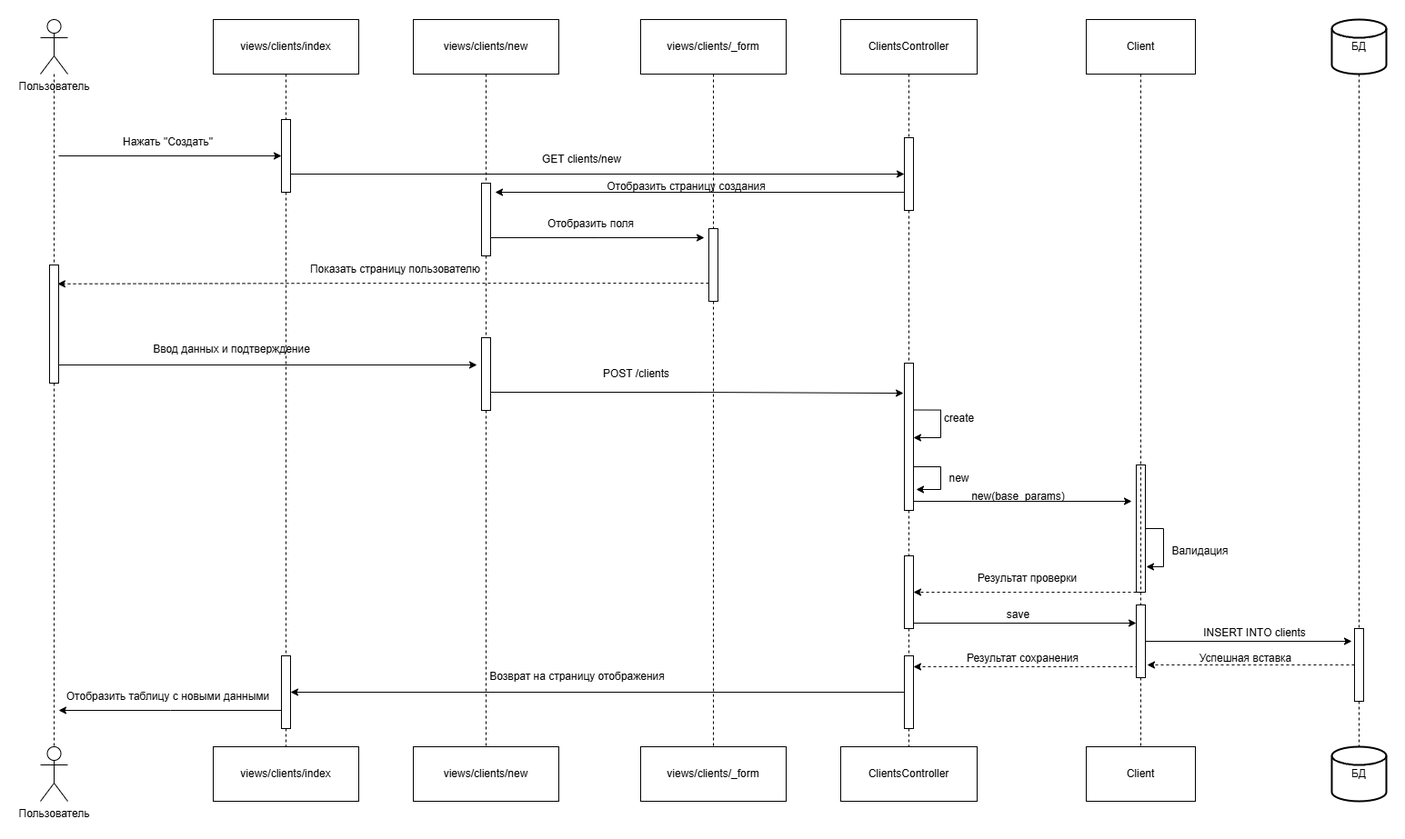
Earlier version of the draw.io export media/Sequence/Clients/ClientsCreate.drawio.png (avtss/Gym). Source tidied: cells renumbered, new cells last; positions are measured from the earlier drawing's top-left corner, leaving out a move shared by most shapes.
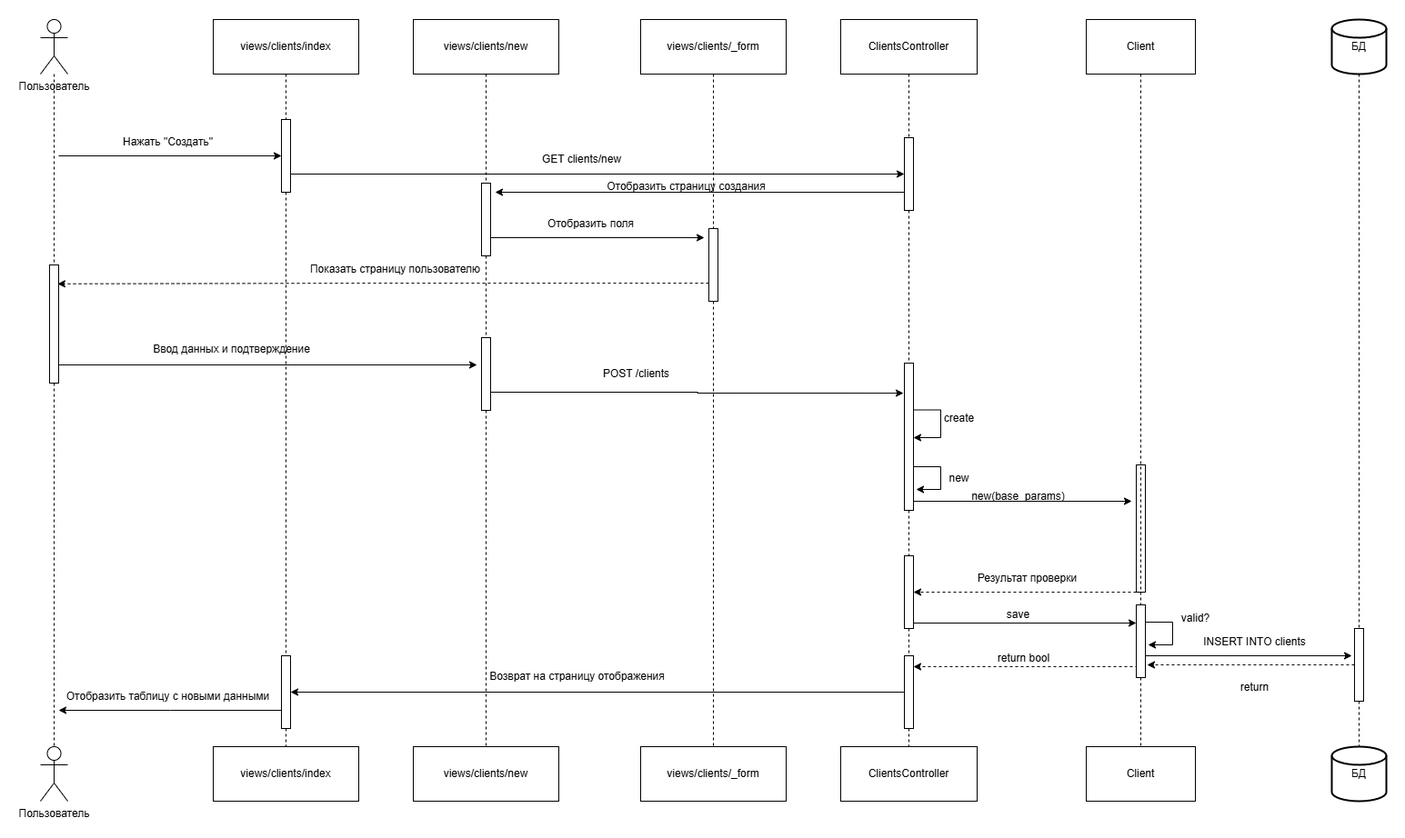
After the change.

Commit message:
upd diagram

Diff of the diagram source:
```diff
@@ -200,12 +200,6 @@
     <mxCell id="57" value="new(base_params)" style="text;html=1;align=center;verticalAlign=middle;strokeColor=none;fillColor=none;" parent="1" vertex="1">
       <mxGeometry x="1010" y="510" width="130" height="30" as="geometry" />
     </mxCell>
-    <mxCell id="58" value="Валидация" style="text;html=1;align=center;verticalAlign=middle;strokeColor=none;fillColor=none;" parent="1" vertex="1">
-      <mxGeometry x="1230" y="570" width="90" height="30" as="geometry" />
-    </mxCell>
-    <mxCell id="59" style="edgeStyle=orthogonalEdgeStyle;rounded=0;orthogonalLoop=1;jettySize=auto;html=1;exitX=1;exitY=0.5;exitDx=0;exitDy=0;entryX=1.1;entryY=0.8;entryDx=0;entryDy=0;entryPerimeter=0;" parent="1" edge="1" source="56" target="56">
-      <mxGeometry relative="1" as="geometry" />
-    </mxCell>
     <mxCell id="60" style="edgeStyle=orthogonalEdgeStyle;rounded=0;jettySize=auto;html=1;exitX=0.5;exitY=1;exitDx=0;exitDy=0;entryX=0.5;entryY=0;entryDx=0;entryDy=0;dashed=1;endArrow=none;startFill=0;" parent="1" edge="1" source="43" target="62">
       <mxGeometry relative="1" as="geometry" />
     </mxCell>
@@ -237,11 +231,14 @@
     <mxCell id="68" style="rounded=0;whiteSpace=wrap;html=1;" parent="1" vertex="1">
       <mxGeometry x="1445" y="670" width="10" height="80" as="geometry" />
     </mxCell>
-    <mxCell id="69" style="edgeStyle=orthogonalEdgeStyle;rounded=0;jettySize=auto;html=1;exitX=1;exitY=0.5;exitDx=0;exitDy=0;entryX=-0.3;entryY=0.175;entryDx=0;entryDy=0;entryPerimeter=0;" parent="1" edge="1" source="65" target="68">
-      <mxGeometry relative="1" as="geometry" />
+    <mxCell id="69" style="edgeStyle=orthogonalEdgeStyle;rounded=0;orthogonalLoop=1;jettySize=auto;html=1;exitX=1;exitY=0.5;exitDx=0;exitDy=0;entryX=-0.3;entryY=0.175;entryDx=0;entryDy=0;entryPerimeter=0;" parent="1" edge="1">
+      <mxGeometry relative="1" as="geometry">
+        <mxPoint x="1215" y="700" as="sourcePoint" />
+        <mxPoint x="1442" y="700" as="targetPoint" />
+      </mxGeometry>
     </mxCell>
     <mxCell id="70" value="INSERT INTO clients" style="text;html=1;align=center;verticalAlign=middle;strokeColor=none;fillColor=none;" parent="1" vertex="1">
-      <mxGeometry x="1240" y="660" width="190" height="30" as="geometry" />
+      <mxGeometry x="1240" y="670" width="190" height="30" as="geometry" />
     </mxCell>
     <mxCell id="71" style="edgeStyle=orthogonalEdgeStyle;rounded=0;jettySize=auto;html=1;exitX=1;exitY=0.75;exitDx=0;exitDy=0;entryX=-0.1;entryY=0.204;entryDx=0;entryDy=0;entryPerimeter=0;" parent="1" edge="1" source="38" target="43">
       <mxGeometry relative="1" as="geometry" />
@@ -251,8 +248,8 @@
         <mxPoint x="1217" y="710" as="targetPoint" />
       </mxGeometry>
     </mxCell>
-    <mxCell id="73" value="Успешная вставка" style="text;html=1;align=center;verticalAlign=middle;strokeColor=none;fillColor=none;" parent="1" vertex="1">
-      <mxGeometry x="1260" y="688" width="130" height="30" as="geometry" />
+    <mxCell id="73" value="return" style="text;html=1;align=center;verticalAlign=middle;strokeColor=none;fillColor=none;" parent="1" vertex="1">
+      <mxGeometry x="1310" y="720" width="50" height="30" as="geometry" />
     </mxCell>
     <mxCell id="74" style="edgeStyle=orthogonalEdgeStyle;rounded=0;jettySize=auto;html=1;exitX=0.5;exitY=1;exitDx=0;exitDy=0;entryX=0.5;entryY=0;entryDx=0;entryDy=0;dashed=1;endArrow=none;startFill=0;" parent="1" edge="1" source="62" target="76">
       <mxGeometry relative="1" as="geometry" />
@@ -271,8 +268,8 @@
         </Array>
       </mxGeometry>
     </mxCell>
-    <mxCell id="78" value="Результат сохранения" style="text;html=1;align=center;verticalAlign=middle;strokeColor=none;fillColor=none;" parent="1" vertex="1">
-      <mxGeometry x="1005.5" y="688" width="150" height="30" as="geometry" />
+    <mxCell id="78" value="return bool" style="text;html=1;align=center;verticalAlign=middle;strokeColor=none;fillColor=none;" parent="1" vertex="1">
+      <mxGeometry x="1040.5" y="688" width="80" height="30" as="geometry" />
     </mxCell>
     <mxCell id="79" style="edgeStyle=orthogonalEdgeStyle;rounded=0;jettySize=auto;html=1;exitX=0.5;exitY=1;exitDx=0;exitDy=0;entryX=0.5;entryY=0;entryDx=0;entryDy=0;dashed=1;endArrow=none;startFill=0;" parent="1" edge="1" source="10" target="81">
       <mxGeometry relative="1" as="geometry" />
@@ -291,5 +288,18 @@
     <mxCell id="83" value="Отобразить таблицу с новыми данными" style="text;html=1;align=center;verticalAlign=middle;strokeColor=none;fillColor=none;" parent="1" vertex="1">
       <mxGeometry x="15" y="730" width="250" height="30" as="geometry" />
     </mxCell>
+    <mxCell id="84" style="edgeStyle=orthogonalEdgeStyle;rounded=0;orthogonalLoop=1;jettySize=auto;html=1;exitX=1;exitY=0.75;exitDx=0;exitDy=0;" parent="1" edge="1">
+      <mxGeometry relative="1" as="geometry">
+        <mxPoint x="1215" y="671" as="sourcePoint" />
+        <mxPoint x="1218" y="688" as="targetPoint" />
+        <Array as="points">
+          <mxPoint x="1245" y="663" />
+          <mxPoint x="1245" y="688" />
+        </Array>
+      </mxGeometry>
+    </mxCell>
+    <mxCell id="85" value="valid?" style="text;html=1;align=center;verticalAlign=middle;strokeColor=none;fillColor=none;" parent="1" vertex="1">
+      <mxGeometry x="1245" y="644" width="50" height="30" as="geometry" />
+    </mxCell>
   </root>
 </mxGraphModel>
```
